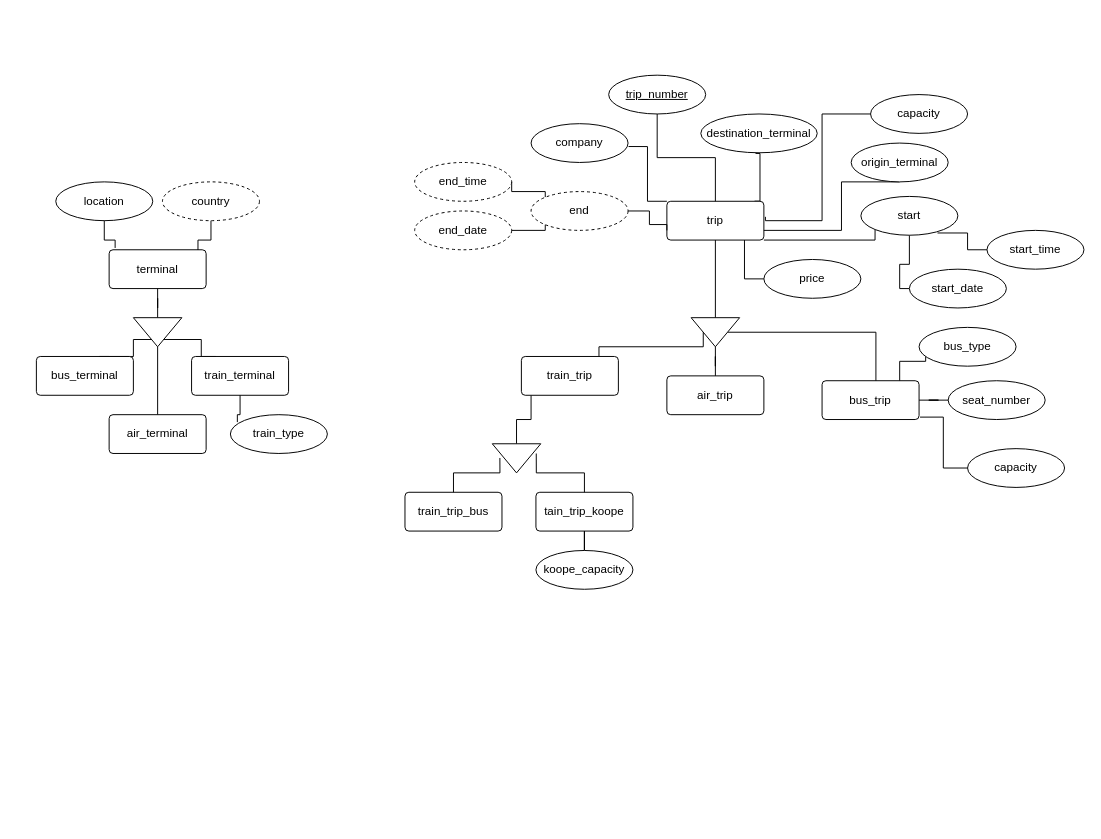
Earlier version of the draw.io diagram DB-Project.drawio (MoeeinAali/DB-Project). Source tidied: cells renumbered, new cells numbered last; positions are measured from the earlier drawing's top-left corner, leaving out a move shared by most shapes. Both pictures are drawn from the tidied source at 97%, with x=0, y=0 at pixel (36, 75).
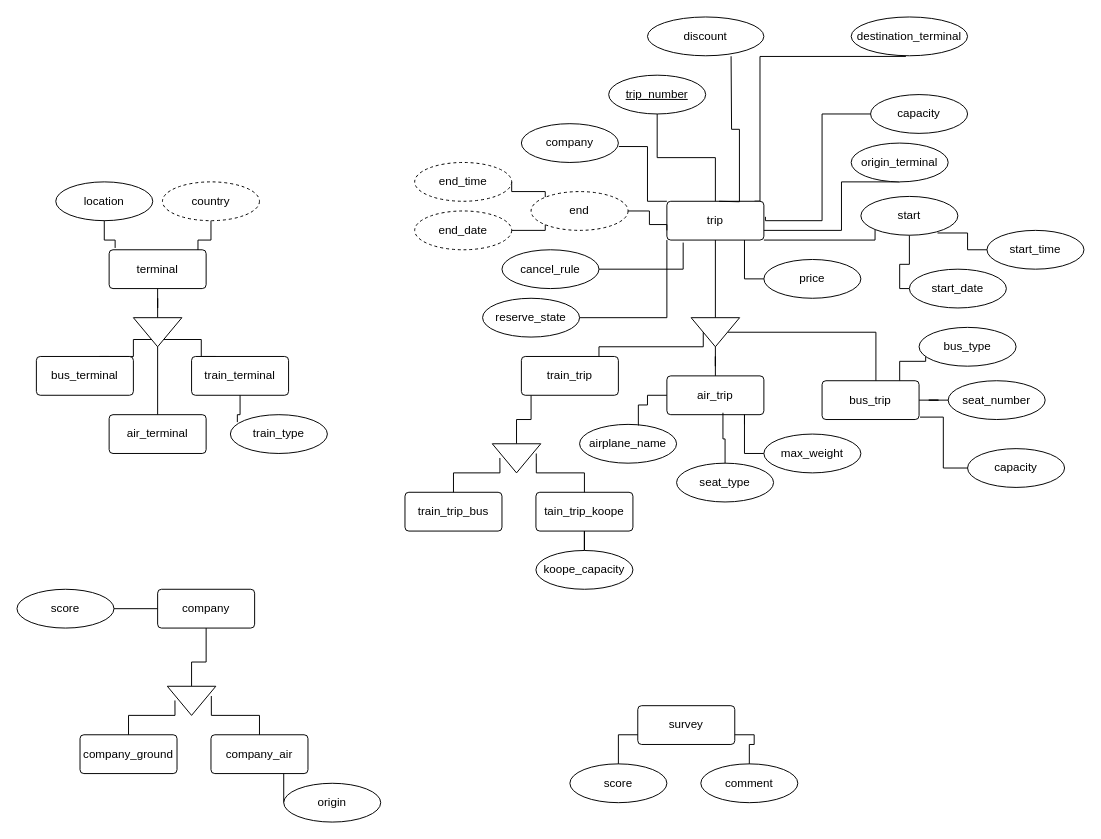
Above is the later version.

The change refers to these unchanged cells:
```xml
<mxCell id="6" value="trip" style="rounded=1;arcSize=10;whiteSpace=wrap;html=1;align=center;" parent="1" vertex="1">
  <mxGeometry x="650" y="130" width="100" height="40" as="geometry" />
</mxCell>
<mxCell id="47" value="air_trip" style="rounded=1;arcSize=10;whiteSpace=wrap;html=1;align=center;" parent="1" vertex="1">
  <mxGeometry x="650" y="310" width="100" height="40" as="geometry" />
</mxCell>
```

The edit, as a diff of the source:
```diff
@@
     <mxCell id="22" value="destination_terminal" style="ellipse;whiteSpace=wrap;html=1;align=center;" parent="1" vertex="1">
-      <mxGeometry x="685" y="40" width="120" height="40" as="geometry" />
+      <mxGeometry x="840" y="-60" width="120" height="40" as="geometry" />
     </mxCell>
@@
     <mxCell id="27" value="company" style="ellipse;whiteSpace=wrap;html=1;align=center;" parent="1" vertex="1">
-      <mxGeometry x="510" y="50" width="100" height="40" as="geometry" />
+      <mxGeometry x="500" y="50" width="100" height="40" as="geometry" />
     </mxCell>
@@
+    <mxCell id="64" value="airplane_name" style="ellipse;whiteSpace=wrap;html=1;align=center;" parent="1" vertex="1">
+      <mxGeometry x="560" y="360" width="100" height="40" as="geometry" />
+    </mxCell>
+    <mxCell id="65" style="edgeStyle=orthogonalEdgeStyle;rounded=0;jettySize=auto;html=1;entryX=0.606;entryY=0.03;entryDx=0;entryDy=0;entryPerimeter=0;endArrow=none;endFill=0;" parent="1" edge="1" source="47" target="64">
+      <mxGeometry relative="1" as="geometry">
+        <Array as="points">
+          <mxPoint x="630" y="330" />
+          <mxPoint x="630" y="340" />
+          <mxPoint x="621" y="340" />
+        </Array>
+      </mxGeometry>
+    </mxCell>
+    <mxCell id="66" value="seat_type" style="ellipse;whiteSpace=wrap;html=1;align=center;" parent="1" vertex="1">
+      <mxGeometry x="660" y="400" width="100" height="40" as="geometry" />
+    </mxCell>
+    <mxCell id="67" style="edgeStyle=orthogonalEdgeStyle;rounded=0;jettySize=auto;html=1;entryX=0.578;entryY=0.95;entryDx=0;entryDy=0;entryPerimeter=0;endArrow=none;endFill=0;" parent="1" edge="1" source="66" target="47">
+      <mxGeometry relative="1" as="geometry" />
+    </mxCell>
+    <mxCell id="68" style="edgeStyle=orthogonalEdgeStyle;rounded=0;jettySize=auto;html=1;endArrow=none;endFill=0;" parent="1" edge="1" source="69">
+      <mxGeometry relative="1" as="geometry">
+        <mxPoint x="730" y="360" as="targetPoint" />
+      </mxGeometry>
+    </mxCell>
+    <mxCell id="69" value="max_weight" style="ellipse;whiteSpace=wrap;html=1;align=center;" parent="1" vertex="1">
+      <mxGeometry x="750" y="370" width="100" height="40" as="geometry" />
+    </mxCell>
+    <mxCell id="70" value="company" style="rounded=1;arcSize=10;whiteSpace=wrap;html=1;align=center;" parent="1" vertex="1">
+      <mxGeometry x="125" y="530" width="100" height="40" as="geometry" />
+    </mxCell>
+    <mxCell id="71" style="edgeStyle=orthogonalEdgeStyle;rounded=0;jettySize=auto;html=1;entryX=0;entryY=0.5;entryDx=0;entryDy=0;endArrow=none;endFill=0;" parent="1" edge="1" source="72" target="70">
+      <mxGeometry relative="1" as="geometry" />
+    </mxCell>
+    <mxCell id="72" value="score" style="ellipse;whiteSpace=wrap;html=1;align=center;" parent="1" vertex="1">
+      <mxGeometry x="-20" y="530" width="100" height="40" as="geometry" />
+    </mxCell>
+    <mxCell id="73" style="edgeStyle=orthogonalEdgeStyle;rounded=0;jettySize=auto;html=1;entryX=1;entryY=0.5;entryDx=0;entryDy=0;endArrow=none;endFill=0;exitX=0.5;exitY=1;exitDx=0;exitDy=0;" parent="1" edge="1" source="70" target="74">
+      <mxGeometry relative="1" as="geometry">
+        <Array as="points">
+          <mxPoint x="175" y="605" />
+          <mxPoint x="160" y="605" />
+        </Array>
+      </mxGeometry>
+    </mxCell>
+    <mxCell id="74" style="triangle;whiteSpace=wrap;html=1;rotation=-90;flipH=1;" parent="1" vertex="1">
+      <mxGeometry x="145" y="620" width="30" height="50" as="geometry" />
+    </mxCell>
+    <mxCell id="75" value="company_ground" style="rounded=1;arcSize=10;whiteSpace=wrap;html=1;align=center;" parent="1" vertex="1">
+      <mxGeometry x="45" y="680" width="100" height="40" as="geometry" />
+    </mxCell>
+    <mxCell id="76" value="company_air" style="rounded=1;arcSize=10;whiteSpace=wrap;html=1;align=center;" parent="1" vertex="1">
+      <mxGeometry x="180" y="680" width="100" height="40" as="geometry" />
+    </mxCell>
+    <mxCell id="77" style="edgeStyle=orthogonalEdgeStyle;rounded=0;jettySize=auto;html=1;entryX=0.488;entryY=0.157;entryDx=0;entryDy=0;entryPerimeter=0;endArrow=none;endFill=0;" parent="1" edge="1" source="75" target="74">
+      <mxGeometry relative="1" as="geometry" />
+    </mxCell>
+    <mxCell id="78" style="edgeStyle=orthogonalEdgeStyle;rounded=0;jettySize=auto;html=1;entryX=0.335;entryY=0.907;entryDx=0;entryDy=0;entryPerimeter=0;endArrow=none;endFill=0;" parent="1" edge="1" source="76" target="74">
+      <mxGeometry relative="1" as="geometry" />
+    </mxCell>
+    <mxCell id="79" style="edgeStyle=orthogonalEdgeStyle;rounded=0;jettySize=auto;html=1;entryX=0.75;entryY=1;entryDx=0;entryDy=0;endArrow=none;endFill=0;" parent="1" edge="1" source="80" target="76">
+      <mxGeometry relative="1" as="geometry">
+        <Array as="points">
+          <mxPoint x="260" y="750" />
+          <mxPoint x="260" y="740" />
+          <mxPoint x="255" y="740" />
+        </Array>
+      </mxGeometry>
+    </mxCell>
+    <mxCell id="80" value="origin" style="ellipse;whiteSpace=wrap;html=1;align=center;" parent="1" vertex="1">
+      <mxGeometry x="255" y="730" width="100" height="40" as="geometry" />
+    </mxCell>
+    <mxCell id="81" value="survey" style="rounded=1;arcSize=10;whiteSpace=wrap;html=1;align=center;" parent="1" vertex="1">
+      <mxGeometry x="620" y="650" width="100" height="40" as="geometry" />
+    </mxCell>
+    <mxCell id="82" style="edgeStyle=orthogonalEdgeStyle;rounded=0;jettySize=auto;html=1;entryX=0;entryY=0.75;entryDx=0;entryDy=0;endArrow=none;endFill=0;" parent="1" edge="1" source="83" target="81">
+      <mxGeometry relative="1" as="geometry" />
+    </mxCell>
+    <mxCell id="83" value="score" style="ellipse;whiteSpace=wrap;html=1;align=center;" parent="1" vertex="1">
+      <mxGeometry x="550" y="710" width="100" height="40" as="geometry" />
+    </mxCell>
+    <mxCell id="84" style="edgeStyle=orthogonalEdgeStyle;rounded=0;jettySize=auto;html=1;entryX=1;entryY=0.75;entryDx=0;entryDy=0;endArrow=none;endFill=0;" parent="1" edge="1" source="85" target="81">
+      <mxGeometry relative="1" as="geometry" />
+    </mxCell>
+    <mxCell id="85" value="comment" style="ellipse;whiteSpace=wrap;html=1;align=center;" parent="1" vertex="1">
+      <mxGeometry x="685" y="710" width="100" height="40" as="geometry" />
+    </mxCell>
+    <mxCell id="86" value="cancel_rule" style="ellipse;whiteSpace=wrap;html=1;align=center;" parent="1" vertex="1">
+      <mxGeometry x="480" y="180" width="100" height="40" as="geometry" />
+    </mxCell>
+    <mxCell id="87" style="edgeStyle=orthogonalEdgeStyle;rounded=0;jettySize=auto;html=1;entryX=0.168;entryY=1.065;entryDx=0;entryDy=0;entryPerimeter=0;endArrow=none;endFill=0;" parent="1" edge="1" source="86" target="6">
+      <mxGeometry relative="1" as="geometry" />
+    </mxCell>
+    <mxCell id="88" style="edgeStyle=orthogonalEdgeStyle;rounded=0;jettySize=auto;html=1;entryX=0;entryY=1;entryDx=0;entryDy=0;endArrow=none;endFill=0;" parent="1" edge="1" source="89" target="6">
+      <mxGeometry relative="1" as="geometry" />
+    </mxCell>
+    <mxCell id="89" value="reserve_state" style="ellipse;whiteSpace=wrap;html=1;align=center;" parent="1" vertex="1">
+      <mxGeometry x="460" y="230" width="100" height="40" as="geometry" />
+    </mxCell>
+    <mxCell id="90" value="discount" style="ellipse;whiteSpace=wrap;html=1;align=center;" parent="1" vertex="1">
+      <mxGeometry x="630" y="-60" width="120" height="40" as="geometry" />
+    </mxCell>
+    <mxCell id="91" style="edgeStyle=orthogonalEdgeStyle;rounded=0;orthogonalLoop=1;jettySize=auto;html=1;entryX=0.686;entryY=1.012;entryDx=0;entryDy=0;entryPerimeter=0;endArrow=none;endFill=0;" parent="1" edge="1">
+      <mxGeometry relative="1" as="geometry">
+        <mxPoint x="703.8" y="130" as="sourcePoint" />
+        <mxPoint x="716.2" y="-19.5" as="targetPoint" />
+      </mxGeometry>
+    </mxCell>
```
